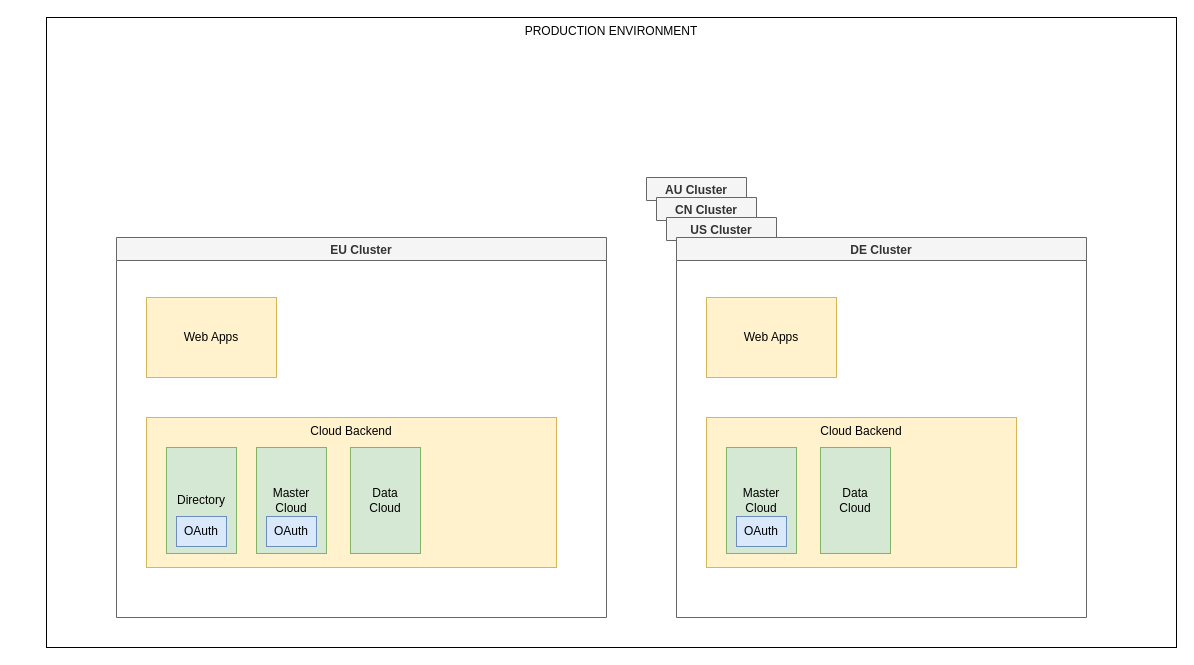
Before: prod-env.drawio in a-savka-sap/docs, a draw.io diagram. Source tidied: cells renumbered, new cells numbered last; positions are measured from the earlier drawing's top-left corner, leaving out a move shared by most shapes. Both pictures are drawn from the tidied source at 100%, with x=0, y=0 at pixel (46, 17).
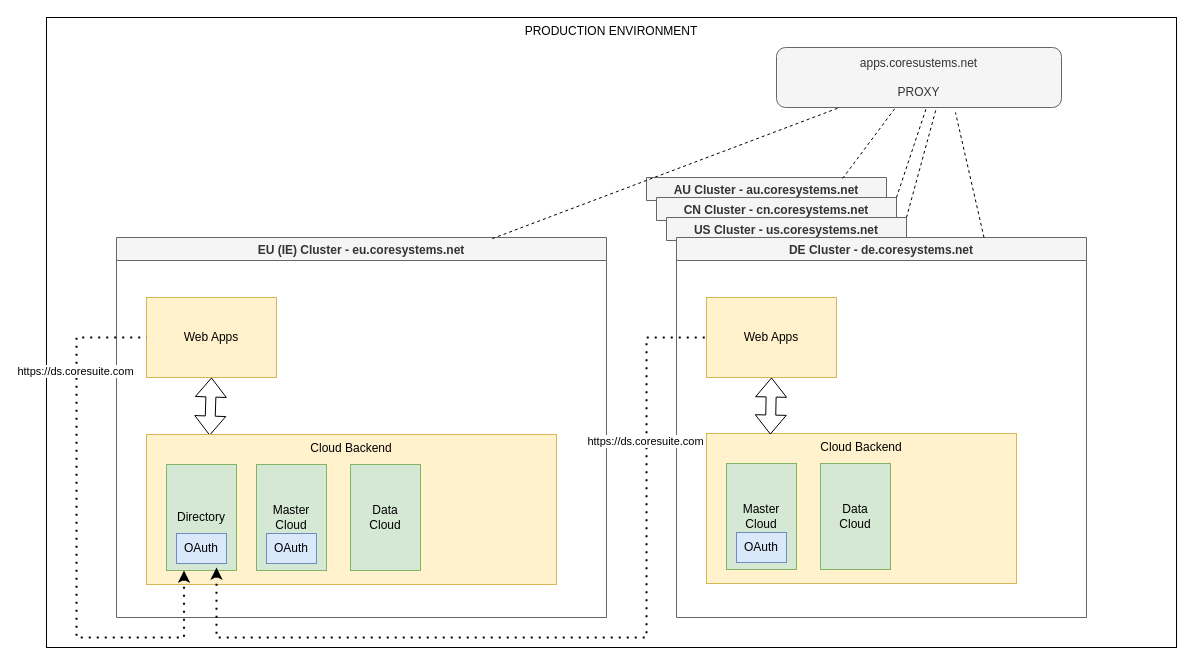
After the change.

Unchanged cells that the change refers to:
```xml
<mxCell id="8" value="Web Apps" style="rounded=0;whiteSpace=wrap;html=1;fillColor=#fff2cc;strokeColor=#d6b656;" parent="1" vertex="1">
  <mxGeometry x="100" y="280" width="130" height="80" as="geometry" />
</mxCell>
```

Diff of the diagram source:
```diff
@@
-    <mxCell id="3" value="AU Cluster" style="swimlane;fillColor=#f5f5f5;fontColor=#333333;strokeColor=#666666;" parent="1" vertex="1" collapsed="1">
-      <mxGeometry x="600" y="160" width="100" height="23" as="geometry" />
+    <mxCell id="3" value="AU Cluster - au.coresystems.net" style="swimlane;fillColor=#f5f5f5;fontColor=#333333;strokeColor=#666666;" parent="1" vertex="1" collapsed="1">
+      <mxGeometry x="600" y="160" width="240" height="23" as="geometry" />
     </mxCell>
-    <mxCell id="4" value="CN Cluster" style="swimlane;fillColor=#f5f5f5;fontColor=#333333;strokeColor=#666666;" parent="1" vertex="1" collapsed="1">
-      <mxGeometry x="610" y="180" width="100" height="23" as="geometry" />
+    <mxCell id="4" value="CN Cluster - cn.coresystems.net" style="swimlane;fillColor=#f5f5f5;fontColor=#333333;strokeColor=#666666;" parent="1" vertex="1" collapsed="1">
+      <mxGeometry x="610" y="180" width="240" height="23" as="geometry" />
     </mxCell>
-    <mxCell id="5" value="US Cluster" style="swimlane;fillColor=#f5f5f5;fontColor=#333333;strokeColor=#666666;" parent="1" vertex="1" collapsed="1">
-      <mxGeometry x="620" y="200" width="110" height="23" as="geometry" />
+    <mxCell id="5" value="US Cluster - us.coresystems.net" style="swimlane;fillColor=#f5f5f5;fontColor=#333333;strokeColor=#666666;" parent="1" vertex="1" collapsed="1">
+      <mxGeometry x="620" y="200" width="240" height="23" as="geometry" />
     </mxCell>
-    <mxCell id="6" value="DE Cluster" style="swimlane;fillColor=#f5f5f5;fontColor=#333333;strokeColor=#666666;" parent="1" vertex="1">
+    <mxCell id="6" value="DE Cluster - de.coresystems.net" style="swimlane;fillColor=#f5f5f5;fontColor=#333333;strokeColor=#666666;" parent="1" vertex="1">
       <mxGeometry x="630" y="220" width="410" height="380" as="geometry" />
     </mxCell>
-    <mxCell id="7" value="EU Cluster" style="swimlane;fillColor=#f5f5f5;fontColor=#333333;strokeColor=#666666;" parent="1" vertex="1">
+    <mxCell id="7" value="EU (IE) Cluster - eu.coresystems.net" style="swimlane;fillColor=#f5f5f5;fontColor=#333333;strokeColor=#666666;" parent="1" vertex="1">
       <mxGeometry x="70" y="220" width="490" height="380" as="geometry" />
     </mxCell>
@@
+    <mxCell id="20" style="endArrow=none;dashed=1;html=1;rounded=0;exitX=1;exitY=0;exitDx=0;exitDy=0;" parent="1" edge="1" source="5">
+      <mxGeometry relative="1" as="geometry">
+        <mxPoint x="890" y="90" as="targetPoint" />
+      </mxGeometry>
+    </mxCell>
+    <mxCell id="15" value="Web Apps" style="rounded=0;whiteSpace=wrap;html=1;fillColor=#fff2cc;strokeColor=#d6b656;" parent="1" vertex="1">
+      <mxGeometry x="660" y="280" width="130" height="80" as="geometry" />
+    </mxCell>
+    <mxCell id="21" value="&lt;div&gt;apps.coresustems.net&lt;/div&gt;&lt;div&gt;&lt;br&gt;&lt;/div&gt;&lt;div&gt;PROXY&lt;br&gt;&lt;/div&gt;" style="rounded=1;whiteSpace=wrap;html=1;fillColor=#f5f5f5;fontColor=#333333;strokeColor=#666666;" parent="1" vertex="1">
+      <mxGeometry x="730" y="30" width="285" height="60" as="geometry" />
+    </mxCell>
+    <mxCell id="22" style="endArrow=none;dashed=1;html=1;rounded=0;exitX=0.767;exitY=0.003;exitDx=0;exitDy=0;exitPerimeter=0;" parent="1" edge="1" source="7" target="21">
+      <mxGeometry relative="1" as="geometry" />
+    </mxCell>
+    <mxCell id="23" style="endArrow=none;dashed=1;html=1;rounded=0;exitX=0.75;exitY=0;exitDx=0;exitDy=0;entryX=0.628;entryY=1.083;entryDx=0;entryDy=0;entryPerimeter=0;" parent="1" edge="1" source="6" target="21">
+      <mxGeometry relative="1" as="geometry" />
+    </mxCell>
+    <mxCell id="24" style="endArrow=none;dashed=1;html=1;rounded=0;exitX=1;exitY=0;exitDx=0;exitDy=0;" parent="1" edge="1" source="4">
+      <mxGeometry relative="1" as="geometry">
+        <mxPoint x="880" y="90" as="targetPoint" />
+      </mxGeometry>
+    </mxCell>
+    <mxCell id="25" style="endArrow=none;dashed=1;html=1;rounded=0;entryX=0.418;entryY=1;entryDx=0;entryDy=0;entryPerimeter=0;exitX=0.817;exitY=0.043;exitDx=0;exitDy=0;exitPerimeter=0;" parent="1" edge="1" source="3" target="21">
+      <mxGeometry relative="1" as="geometry" />
+    </mxCell>
+    <mxCell id="26" style="shape=flexArrow;endArrow=classic;startArrow=classic;html=1;rounded=0;entryX=0.5;entryY=1;entryDx=0;entryDy=0;exitX=0.154;exitY=0.007;exitDx=0;exitDy=0;exitPerimeter=0;" parent="1" edge="1" source="9" target="8">
+      <mxGeometry relative="1" as="geometry" />
+    </mxCell>
+    <mxCell id="27" style="group;" parent="1" vertex="1">
+      <mxGeometry x="100" y="417" width="410" height="150" as="geometry" />
+    </mxCell>
-    <mxCell id="9" value="Cloud Backend" style="rounded=0;whiteSpace=wrap;html=1;verticalAlign=top;fillColor=#fff2cc;strokeColor=#d6b656;" parent="1" vertex="1">
-      <mxGeometry x="100" y="400" width="410" height="150" as="geometry" />
+    <mxCell id="9" value="Cloud Backend" style="rounded=0;whiteSpace=wrap;html=1;verticalAlign=top;fillColor=#fff2cc;strokeColor=#d6b656;" parent="27" vertex="1">
+      <mxGeometry width="410" height="150" as="geometry" />
     </mxCell>
-    <mxCell id="10" value="Directory" style="rounded=0;whiteSpace=wrap;html=1;fillColor=#d5e8d4;strokeColor=#82b366;" parent="1" vertex="1">
-      <mxGeometry x="120" y="430" width="70" height="106" as="geometry" />
+    <mxCell id="10" value="Directory" style="rounded=0;whiteSpace=wrap;html=1;fillColor=#d5e8d4;strokeColor=#82b366;" parent="27" vertex="1">
+      <mxGeometry x="20" y="30" width="70" height="106" as="geometry" />
     </mxCell>
-    <mxCell id="11" value="&lt;div&gt;Master&lt;/div&gt;&lt;div&gt;Cloud&lt;br&gt;&lt;/div&gt;" style="rounded=0;whiteSpace=wrap;html=1;fillColor=#d5e8d4;strokeColor=#82b366;" parent="1" vertex="1">
-      <mxGeometry x="210" y="430" width="70" height="106" as="geometry" />
+    <mxCell id="11" value="&lt;div&gt;Master&lt;/div&gt;&lt;div&gt;Cloud&lt;br&gt;&lt;/div&gt;" style="rounded=0;whiteSpace=wrap;html=1;fillColor=#d5e8d4;strokeColor=#82b366;" parent="27" vertex="1">
+      <mxGeometry x="110" y="30" width="70" height="106" as="geometry" />
     </mxCell>
-    <mxCell id="12" value="&lt;div&gt;Data&lt;/div&gt;&lt;div&gt;Cloud&lt;br&gt;&lt;/div&gt;" style="rounded=0;whiteSpace=wrap;html=1;fillColor=#d5e8d4;strokeColor=#82b366;" parent="1" vertex="1">
-      <mxGeometry x="304" y="430" width="70" height="106" as="geometry" />
+    <mxCell id="12" value="&lt;div&gt;Data&lt;/div&gt;&lt;div&gt;Cloud&lt;br&gt;&lt;/div&gt;" style="rounded=0;whiteSpace=wrap;html=1;fillColor=#d5e8d4;strokeColor=#82b366;" parent="27" vertex="1">
+      <mxGeometry x="204" y="30" width="70" height="106" as="geometry" />
     </mxCell>
-    <mxCell id="13" value="OAuth" style="rounded=0;whiteSpace=wrap;html=1;fillColor=#dae8fc;strokeColor=#6c8ebf;" parent="1" vertex="1">
-      <mxGeometry x="130" y="499" width="50" height="30" as="geometry" />
+    <mxCell id="13" value="OAuth" style="rounded=0;whiteSpace=wrap;html=1;fillColor=#dae8fc;strokeColor=#6c8ebf;" parent="27" vertex="1">
+      <mxGeometry x="30" y="99" width="50" height="30" as="geometry" />
     </mxCell>
-    <mxCell id="14" value="OAuth" style="rounded=0;whiteSpace=wrap;html=1;fillColor=#dae8fc;strokeColor=#6c8ebf;" parent="1" vertex="1">
-      <mxGeometry x="220" y="499" width="50" height="30" as="geometry" />
+    <mxCell id="14" value="OAuth" style="rounded=0;whiteSpace=wrap;html=1;fillColor=#dae8fc;strokeColor=#6c8ebf;" parent="27" vertex="1">
+      <mxGeometry x="120" y="99" width="50" height="30" as="geometry" />
     </mxCell>
-    <mxCell id="15" value="Web Apps" style="rounded=0;whiteSpace=wrap;html=1;fillColor=#fff2cc;strokeColor=#d6b656;" parent="1" vertex="1">
-      <mxGeometry x="660" y="280" width="130" height="80" as="geometry" />
-    </mxCell>
+    <mxCell id="28" style="endArrow=none;dashed=1;html=1;dashPattern=1 3;strokeWidth=2;rounded=0;strokeColor=default;startArrow=classic;startFill=1;endFill=0;edgeStyle=orthogonalEdgeStyle;" parent="1" edge="1">
+      <mxGeometry relative="1" as="geometry">
+        <mxPoint x="170" y="550" as="sourcePoint" />
+        <mxPoint x="660" y="320" as="targetPoint" />
+        <Array as="points">
+          <mxPoint x="170" y="620" />
+          <mxPoint x="600" y="620" />
+          <mxPoint x="600" y="320" />
+        </Array>
+      </mxGeometry>
+    </mxCell>
+    <mxCell id="29" value="https://ds.coresuite.com" style="edgeLabel;html=1;align=center;verticalAlign=middle;" parent="28" vertex="1">
+      <mxGeometry x="0.62" y="2" relative="1" as="geometry" />
+    </mxCell>
+    <mxCell id="30" style="group;" parent="1" vertex="1">
+      <mxGeometry x="660" y="416" width="310" height="150" as="geometry" />
+    </mxCell>
-    <mxCell id="16" value="Cloud Backend" style="rounded=0;whiteSpace=wrap;html=1;verticalAlign=top;fillColor=#fff2cc;strokeColor=#d6b656;" parent="1" vertex="1">
-      <mxGeometry x="660" y="400" width="310" height="150" as="geometry" />
+    <mxCell id="16" value="Cloud Backend" style="rounded=0;whiteSpace=wrap;html=1;verticalAlign=top;fillColor=#fff2cc;strokeColor=#d6b656;" parent="30" vertex="1">
+      <mxGeometry width="310" height="150" as="geometry" />
     </mxCell>
-    <mxCell id="17" value="&lt;div&gt;Master&lt;/div&gt;&lt;div&gt;Cloud&lt;br&gt;&lt;/div&gt;" style="rounded=0;whiteSpace=wrap;html=1;fillColor=#d5e8d4;strokeColor=#82b366;" parent="1" vertex="1">
-      <mxGeometry x="680" y="430" width="70" height="106" as="geometry" />
+    <mxCell id="17" value="&lt;div&gt;Master&lt;/div&gt;&lt;div&gt;Cloud&lt;br&gt;&lt;/div&gt;" style="rounded=0;whiteSpace=wrap;html=1;fillColor=#d5e8d4;strokeColor=#82b366;" parent="30" vertex="1">
+      <mxGeometry x="20" y="30" width="70" height="106" as="geometry" />
     </mxCell>
-    <mxCell id="18" value="&lt;div&gt;Data&lt;/div&gt;&lt;div&gt;Cloud&lt;br&gt;&lt;/div&gt;" style="rounded=0;whiteSpace=wrap;html=1;fillColor=#d5e8d4;strokeColor=#82b366;" parent="1" vertex="1">
-      <mxGeometry x="774" y="430" width="70" height="106" as="geometry" />
+    <mxCell id="18" value="&lt;div&gt;Data&lt;/div&gt;&lt;div&gt;Cloud&lt;br&gt;&lt;/div&gt;" style="rounded=0;whiteSpace=wrap;html=1;fillColor=#d5e8d4;strokeColor=#82b366;" parent="30" vertex="1">
+      <mxGeometry x="114" y="30" width="70" height="106" as="geometry" />
     </mxCell>
-    <mxCell id="19" value="OAuth" style="rounded=0;whiteSpace=wrap;html=1;fillColor=#dae8fc;strokeColor=#6c8ebf;" parent="1" vertex="1">
-      <mxGeometry x="690" y="499" width="50" height="30" as="geometry" />
+    <mxCell id="19" value="OAuth" style="rounded=0;whiteSpace=wrap;html=1;fillColor=#dae8fc;strokeColor=#6c8ebf;" parent="30" vertex="1">
+      <mxGeometry x="30" y="99" width="50" height="30" as="geometry" />
     </mxCell>
+    <mxCell id="31" style="shape=flexArrow;endArrow=classic;startArrow=classic;html=1;rounded=0;entryX=0.206;entryY=0.007;entryDx=0;entryDy=0;exitX=0.5;exitY=1;exitDx=0;exitDy=0;entryPerimeter=0;" parent="1" edge="1" source="15" target="16">
+      <mxGeometry relative="1" as="geometry" />
+    </mxCell>
+    <mxCell id="32" style="endArrow=none;dashed=1;html=1;dashPattern=1 3;strokeWidth=2;rounded=0;strokeColor=default;startArrow=classic;startFill=1;endFill=0;edgeStyle=orthogonalEdgeStyle;entryX=0;entryY=0.5;entryDx=0;entryDy=0;exitX=0.25;exitY=1;exitDx=0;exitDy=0;" parent="1" edge="1" source="10" target="8">
+      <mxGeometry relative="1" as="geometry">
+        <Array as="points">
+          <mxPoint x="138" y="620" />
+          <mxPoint x="30" y="620" />
+          <mxPoint x="30" y="320" />
+        </Array>
+      </mxGeometry>
+    </mxCell>
+    <mxCell id="33" value="https://ds.coresuite.com" style="edgeLabel;html=1;align=center;verticalAlign=middle;" parent="32" vertex="1">
+      <mxGeometry x="0.62" y="2" relative="1" as="geometry" />
+    </mxCell>
```
